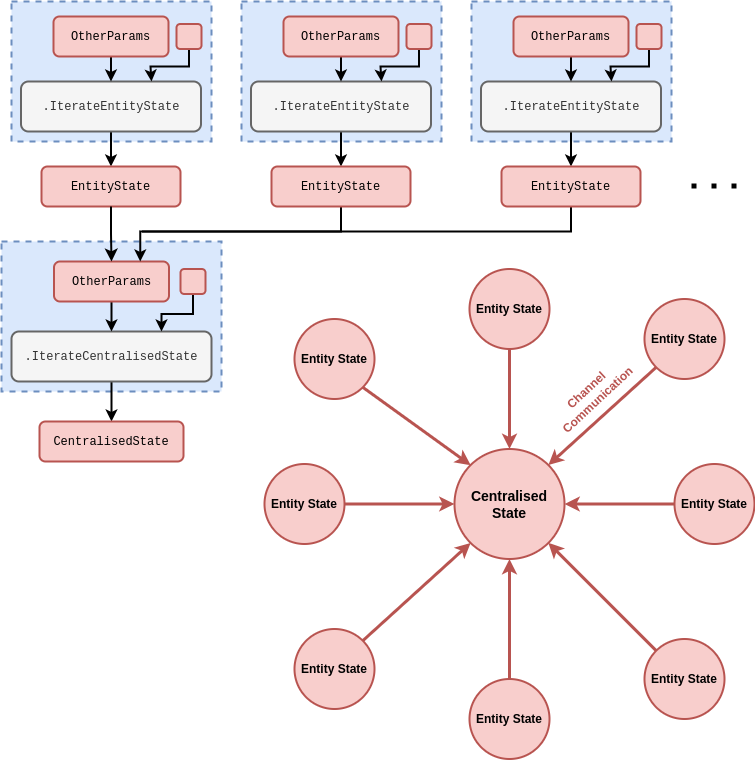
umbralcalc/umbralcalc.github.io keeps this draw.io diagram as assets/dexetera/dexetera-star-state-partition-graph.drawio.png. Above is the earlier version. Source tidied: cells renumbered, new cells last; positions are measured from the earlier drawing's top-left corner, leaving out a move shared by most shapes.
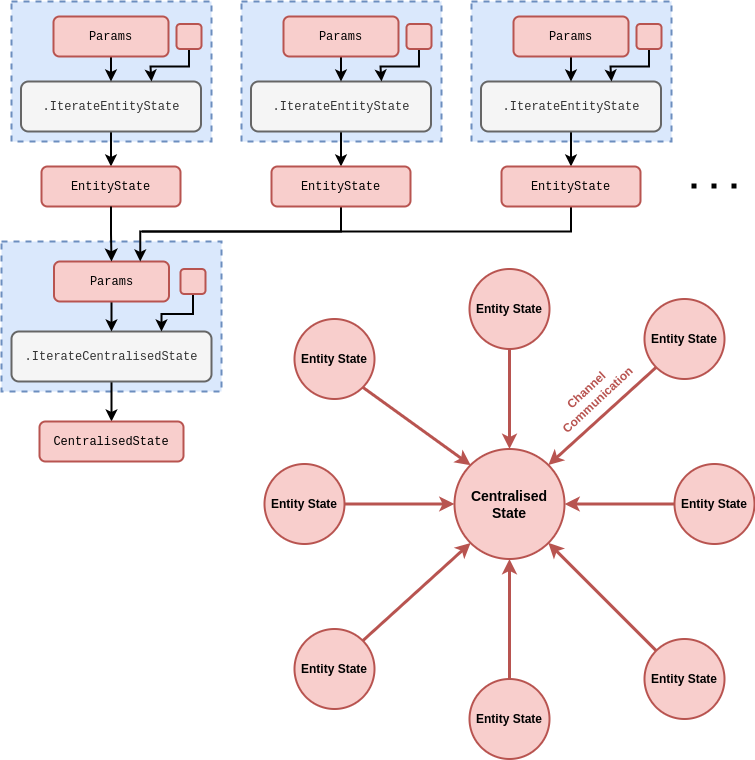
The same diagram one commit later.

Change to the diagram source:
```diff
@@ -68,7 +68,7 @@
     <mxCell id="23" style="edgeStyle=orthogonalEdgeStyle;rounded=0;jettySize=auto;html=1;entryX=0.5;entryY=0;entryDx=0;entryDy=0;strokeWidth=2;" parent="1" edge="1" source="24" target="21">
       <mxGeometry relative="1" as="geometry" />
     </mxCell>
-    <mxCell id="24" value="&lt;font face=&quot;Courier New&quot;&gt;OtherParams&lt;/font&gt;" style="rounded=1;whiteSpace=wrap;html=1;strokeWidth=2;fillColor=#f8cecc;strokeColor=#b85450;" parent="1" vertex="1">
+    <mxCell id="24" value="&lt;font face=&quot;Courier New&quot;&gt;Params&lt;/font&gt;" style="rounded=1;whiteSpace=wrap;html=1;strokeWidth=2;fillColor=#f8cecc;strokeColor=#b85450;" parent="1" vertex="1">
       <mxGeometry x="52" y="15" width="115" height="40" as="geometry" />
     </mxCell>
     <mxCell id="25" style="rounded=0;whiteSpace=wrap;html=1;dashed=1;strokeWidth=2;fillColor=#dae8fc;strokeColor=#6c8ebf;" parent="1" vertex="1">
@@ -83,7 +83,7 @@
     <mxCell id="28" style="edgeStyle=orthogonalEdgeStyle;rounded=0;jettySize=auto;html=1;strokeWidth=2;" parent="1" edge="1" source="29" target="27">
       <mxGeometry relative="1" as="geometry" />
     </mxCell>
-    <mxCell id="29" value="&lt;font face=&quot;Courier New&quot;&gt;OtherParams&lt;/font&gt;" style="rounded=1;whiteSpace=wrap;html=1;strokeWidth=2;fillColor=#f8cecc;strokeColor=#b85450;" parent="1" vertex="1">
+    <mxCell id="29" value="&lt;font face=&quot;Courier New&quot;&gt;Params&lt;/font&gt;" style="rounded=1;whiteSpace=wrap;html=1;strokeWidth=2;fillColor=#f8cecc;strokeColor=#b85450;" parent="1" vertex="1">
       <mxGeometry x="52.5" y="260" width="115" height="40" as="geometry" />
     </mxCell>
     <mxCell id="30" value="&lt;font face=&quot;Courier New&quot;&gt;CentralisedState&lt;/font&gt;" style="rounded=1;whiteSpace=wrap;html=1;strokeWidth=2;fillColor=#f8cecc;strokeColor=#b85450;" parent="1" vertex="1">
@@ -134,7 +134,7 @@
     <mxCell id="41" style="edgeStyle=orthogonalEdgeStyle;rounded=0;jettySize=auto;html=1;entryX=0.5;entryY=0;entryDx=0;entryDy=0;strokeWidth=2;" parent="1" edge="1" source="42" target="38">
       <mxGeometry relative="1" as="geometry" />
     </mxCell>
-    <mxCell id="42" value="&lt;font face=&quot;Courier New&quot;&gt;OtherParams&lt;/font&gt;" style="rounded=1;whiteSpace=wrap;html=1;strokeWidth=2;fillColor=#f8cecc;strokeColor=#b85450;" parent="1" vertex="1">
+    <mxCell id="42" value="&lt;font face=&quot;Courier New&quot;&gt;Params&lt;/font&gt;" style="rounded=1;whiteSpace=wrap;html=1;strokeWidth=2;fillColor=#f8cecc;strokeColor=#b85450;" parent="1" vertex="1">
       <mxGeometry x="282" y="15" width="115" height="40" as="geometry" />
     </mxCell>
     <mxCell id="43" style="edgeStyle=orthogonalEdgeStyle;rounded=0;jettySize=auto;html=1;entryX=0.75;entryY=0;entryDx=0;entryDy=0;strokeWidth=2;" parent="1" edge="1" source="44">
@@ -174,7 +174,7 @@
     <mxCell id="50" style="edgeStyle=orthogonalEdgeStyle;rounded=0;jettySize=auto;html=1;entryX=0.5;entryY=0;entryDx=0;entryDy=0;strokeWidth=2;" parent="1" edge="1" source="51" target="47">
       <mxGeometry relative="1" as="geometry" />
     </mxCell>
-    <mxCell id="51" value="&lt;font face=&quot;Courier New&quot;&gt;OtherParams&lt;/font&gt;" style="rounded=1;whiteSpace=wrap;html=1;strokeWidth=2;fillColor=#f8cecc;strokeColor=#b85450;" parent="1" vertex="1">
+    <mxCell id="51" value="&lt;font face=&quot;Courier New&quot;&gt;Params&lt;/font&gt;" style="rounded=1;whiteSpace=wrap;html=1;strokeWidth=2;fillColor=#f8cecc;strokeColor=#b85450;" parent="1" vertex="1">
       <mxGeometry x="512" y="15" width="115" height="40" as="geometry" />
     </mxCell>
     <mxCell id="52" style="edgeStyle=orthogonalEdgeStyle;rounded=0;jettySize=auto;html=1;entryX=0.75;entryY=0;entryDx=0;entryDy=0;strokeWidth=2;" parent="1" edge="1" source="53">
```
